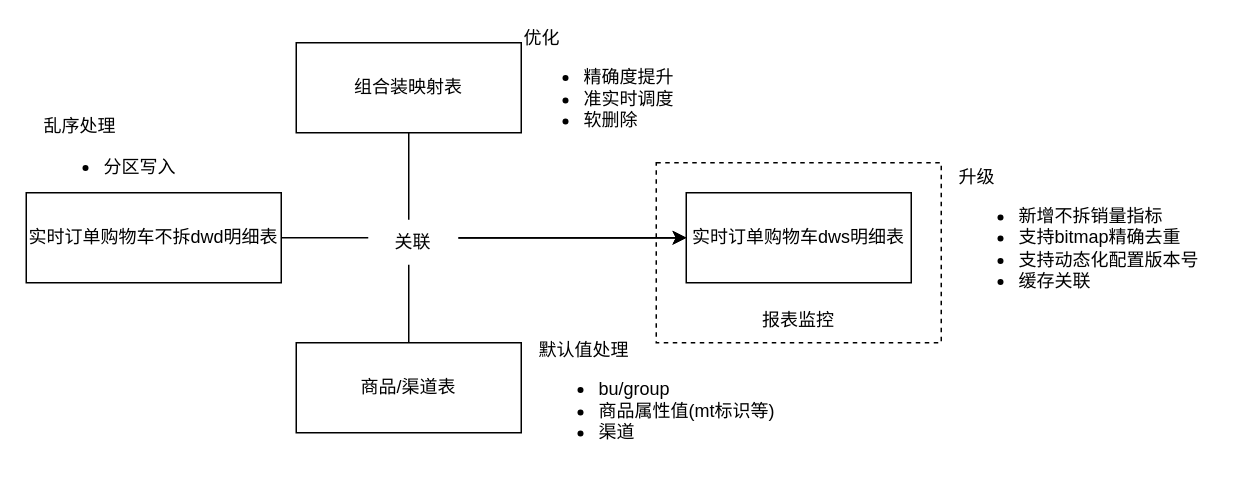
The draw.io diagram 实时底表改造方案.drawio in mineminemine123/work-wiki, before the edit. Source tidied: cells renumbered, new cells numbered last; positions are measured from the earlier drawing's top-left corner, leaving out a move shared by most shapes. Both pictures are drawn from the tidied source at 150%, with x=0, y=0 at pixel (26, 42).
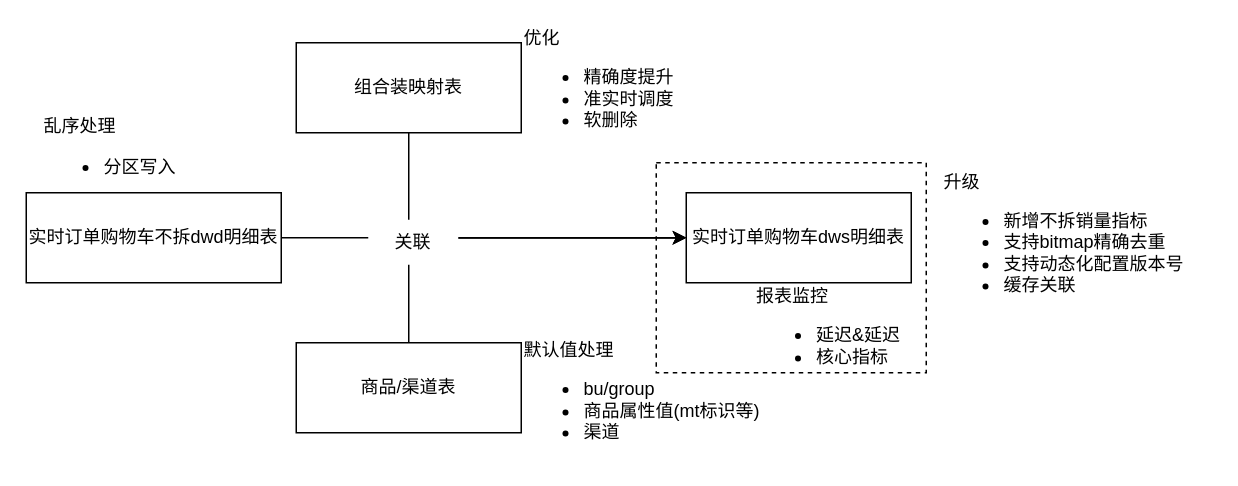
The same diagram, later.

Commit message:
更新实时底表改造方案.drawio

The edit, as a diff of the source:
```diff
@@
 <mxGraphModel>
   <root>
     <mxCell id="0" />
     <mxCell id="1" parent="0" />
     <mxCell id="2" style="rounded=0;whiteSpace=wrap;html=1;dashed=1;fontFamily=微软雅黑;" parent="1" vertex="1">
-      <mxGeometry x="420" y="80" width="190" height="120" as="geometry" />
+      <mxGeometry x="420" y="80" width="180" height="140" as="geometry" />
     </mxCell>
     <mxCell id="3" style="edgeStyle=orthogonalEdgeStyle;rounded=0;jettySize=auto;html=1;exitX=0.5;exitY=0;exitDx=0;exitDy=0;entryX=0;entryY=0.5;entryDx=0;entryDy=0;fontFamily=微软雅黑;" parent="1" edge="1" source="12" target="8">
       <mxGeometry relative="1" as="geometry" />
     </mxCell>
     <mxCell id="4" style="edgeStyle=orthogonalEdgeStyle;rounded=0;jettySize=auto;html=1;exitX=1;exitY=0.5;exitDx=0;exitDy=0;entryX=0;entryY=0.5;entryDx=0;entryDy=0;fontFamily=微软雅黑;" parent="1" edge="1" source="5" target="8">
       <mxGeometry relative="1" as="geometry" />
     </mxCell>
     <mxCell id="5" value="实时订单购物车不拆dwd明细表" style="rounded=0;whiteSpace=wrap;html=1;fontFamily=微软雅黑;" parent="1" vertex="1">
       <mxGeometry y="100" width="170" height="60" as="geometry" />
     </mxCell>
     <mxCell id="6" value="默认值处理&lt;br&gt;&lt;ul&gt;&lt;li&gt;bu/group&lt;/li&gt;&lt;li&gt;商品属性值(mt标识等)&lt;/li&gt;&lt;li&gt;渠道&lt;/li&gt;&lt;/ul&gt;" style="text;html=1;strokeColor=none;fillColor=none;align=left;verticalAlign=middle;whiteSpace=wrap;rounded=0;fontFamily=微软雅黑;" parent="1" vertex="1">
-      <mxGeometry x="340" y="223" width="170" height="30" as="geometry" />
+      <mxGeometry x="330" y="223" width="170" height="30" as="geometry" />
     </mxCell>
     <mxCell id="7" value="优化&lt;br&gt;&lt;ul&gt;&lt;li&gt;精确度提升&lt;/li&gt;&lt;li&gt;准实时调度&lt;/li&gt;&lt;li&gt;软删除&lt;/li&gt;&lt;/ul&gt;" style="text;html=1;strokeColor=none;fillColor=none;align=left;verticalAlign=middle;whiteSpace=wrap;rounded=0;fontFamily=微软雅黑;" parent="1" vertex="1">
       <mxGeometry x="330" y="5" width="140" height="50" as="geometry" />
     </mxCell>
     <mxCell id="8" value="实时订单购物车dws明细表" style="rounded=0;whiteSpace=wrap;html=1;fontFamily=微软雅黑;" parent="1" vertex="1">
       <mxGeometry x="440" y="100" width="150" height="60" as="geometry" />
     </mxCell>
     <mxCell id="9" style="edgeStyle=orthogonalEdgeStyle;rounded=0;jettySize=auto;html=1;exitX=0.5;exitY=1;exitDx=0;exitDy=0;entryX=0;entryY=0.5;entryDx=0;entryDy=0;fontFamily=微软雅黑;" parent="1" edge="1" source="10" target="8">
       <mxGeometry relative="1" as="geometry" />
     </mxCell>
     <mxCell id="10" value="组合装映射表" style="rounded=0;whiteSpace=wrap;html=1;fontFamily=微软雅黑;" parent="1" vertex="1">
       <mxGeometry x="180" width="150" height="60" as="geometry" />
     </mxCell>
     <mxCell id="11" value="关联" style="text;html=1;strokeColor=none;fillColor=default;align=center;verticalAlign=middle;whiteSpace=wrap;rounded=0;fontFamily=微软雅黑;" parent="1" vertex="1">
       <mxGeometry x="228" y="118" width="60" height="30" as="geometry" />
     </mxCell>
     <mxCell id="12" value="商品/渠道表" style="rounded=0;whiteSpace=wrap;html=1;fontFamily=微软雅黑;" parent="1" vertex="1">
       <mxGeometry x="180" y="200" width="150" height="60" as="geometry" />
     </mxCell>
-    <mxCell id="13" value="报表监控" style="text;html=1;strokeColor=none;fillColor=none;align=center;verticalAlign=middle;whiteSpace=wrap;rounded=0;fontFamily=微软雅黑;" parent="1" vertex="1">
-      <mxGeometry x="485" y="170" width="60" height="30" as="geometry" />
+    <mxCell id="13" value="报表监控&lt;br&gt;&lt;ul&gt;&lt;li style=&quot;&quot;&gt;延迟&amp;amp;延迟&lt;/li&gt;&lt;li&gt;核心指标&lt;/li&gt;&lt;/ul&gt;" style="text;html=1;strokeColor=none;fillColor=none;align=left;verticalAlign=middle;whiteSpace=wrap;rounded=0;fontFamily=微软雅黑;" parent="1" vertex="1">
+      <mxGeometry x="485" y="180" width="105" height="30" as="geometry" />
     </mxCell>
     <mxCell id="14" value="升级&lt;br&gt;&lt;ul&gt;&lt;li style=&quot;border-color: var(--border-color);&quot;&gt;新增不拆销量指标&lt;/li&gt;&lt;li&gt;支持bitmap精确去重&lt;/li&gt;&lt;li&gt;支持动态化配置版本号&lt;/li&gt;&lt;li&gt;缓存关联&lt;/li&gt;&lt;/ul&gt;" style="text;html=1;strokeColor=none;fillColor=none;align=left;verticalAlign=middle;whiteSpace=wrap;rounded=0;fontFamily=微软雅黑;" parent="1" vertex="1">
-      <mxGeometry x="620" y="105" width="170" height="50" as="geometry" />
+      <mxGeometry x="610" y="108" width="170" height="50" as="geometry" />
     </mxCell>
     <mxCell id="15" value="乱序处理&lt;br&gt;&lt;ul&gt;&lt;li&gt;分区写入&lt;/li&gt;&lt;/ul&gt;" style="text;html=1;strokeColor=none;fillColor=none;align=left;verticalAlign=middle;whiteSpace=wrap;rounded=0;fontFamily=微软雅黑;" parent="1" vertex="1">
       <mxGeometry x="10" y="60" width="170" height="30" as="geometry" />
     </mxCell>
   </root>
 </mxGraphModel>
```
